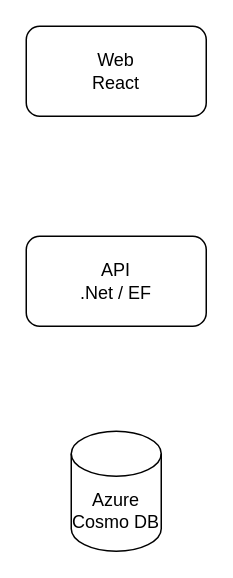
Earlier version of the draw.io diagram Inspire_Me_V1.drawio (PhilippeRoy/InspireMe). Source tidied: cells renumbered, new cells numbered last; positions are measured from the earlier drawing's top-left corner, leaving out a move shared by most shapes. Both pictures are drawn from the tidied source at 150%, with x=0, y=0 at pixel (26, 26).
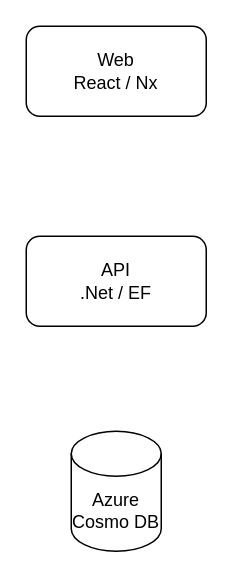
The same page after the edit.

Diff of the diagram source:
```diff
@@
 <mxGraphModel>
   <root>
     <mxCell id="0" />
     <mxCell id="1" parent="0" />
     <mxCell id="2" value="Azure&lt;br&gt;Cosmo DB" style="shape=cylinder3;whiteSpace=wrap;html=1;boundedLbl=1;backgroundOutline=1;size=15;" parent="1" vertex="1">
       <mxGeometry x="30" y="270" width="60" height="80" as="geometry" />
     </mxCell>
     <mxCell id="3" value="API&lt;br&gt;.Net / EF" style="rounded=1;whiteSpace=wrap;html=1;" parent="1" vertex="1">
       <mxGeometry y="140" width="120" height="60" as="geometry" />
     </mxCell>
-    <mxCell id="4" value="Web&lt;br&gt;React" style="rounded=1;whiteSpace=wrap;html=1;" parent="1" vertex="1">
+    <mxCell id="4" value="Web&lt;br&gt;React / Nx" style="rounded=1;whiteSpace=wrap;html=1;" parent="1" vertex="1">
       <mxGeometry width="120" height="60" as="geometry" />
     </mxCell>
   </root>
 </mxGraphModel>
```
